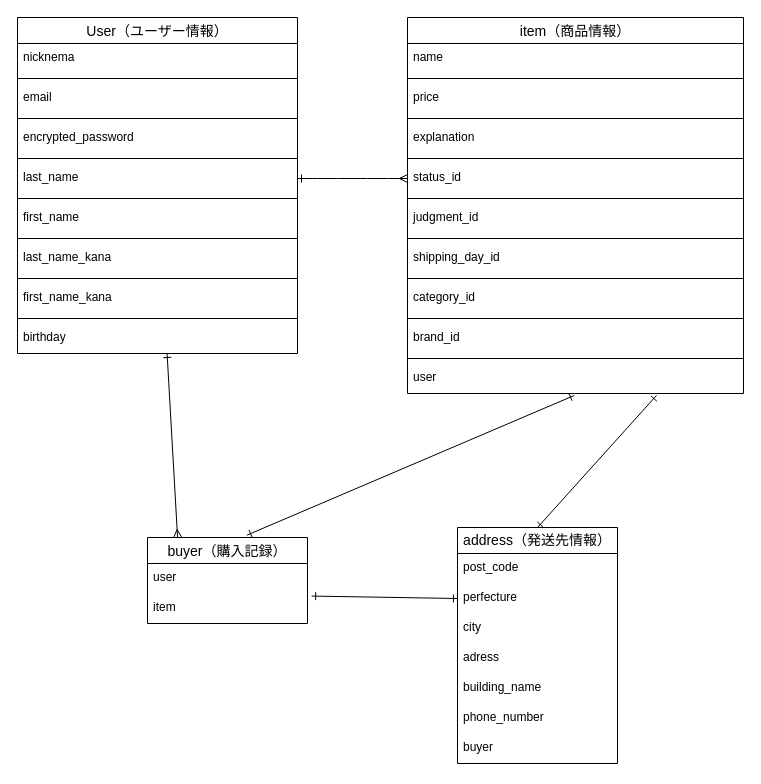
This is furima.dio from nocchicken/furima-39852, a draw.io file, before an edit. Source tidied: cells renumbered, new cells numbered last; positions are measured from the earlier drawing's top-left corner, leaving out a move shared by most shapes. Both pictures are drawn from the tidied source at 100%, with x=0, y=0 at pixel (17, 17).
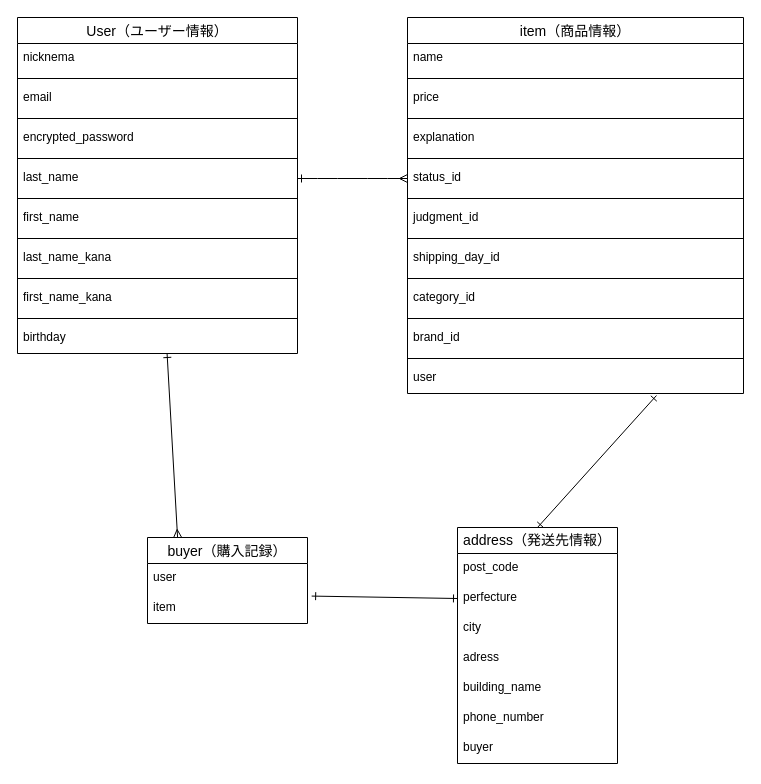
Above is the later version.

The change refers to these unchanged cells:
```xml
<mxCell id="35" value="user" style="text;strokeColor=none;fillColor=none;spacingLeft=4;spacingRight=4;overflow=hidden;points=[[0,0.5],[1,0.5]];portConstraint=eastwest;fontSize=12;" parent="18" vertex="1">
  <mxGeometry y="346" width="336" height="30" as="geometry" />
</mxCell>
<mxCell id="37" value="buyer（購入記録）" style="swimlane;fontStyle=0;horizontal=1;startSize=26;align=center;fontSize=14;" parent="1" vertex="1">
  <mxGeometry x="130" y="520" width="160" height="86" as="geometry" />
</mxCell>
```

Diff of the diagram source:
```diff
@@
-    <mxCell id="49" style="endArrow=ERone;html=1;rounded=0;exitX=0.496;exitY=1.067;exitDx=0;exitDy=0;exitPerimeter=0;entryX=0.621;entryY=-0.027;entryDx=0;entryDy=0;entryPerimeter=0;startArrow=ERone;startFill=0;endFill=0;" parent="1" edge="1" source="35" target="37">
-      <mxGeometry relative="1" as="geometry" />
-    </mxCell>
```
